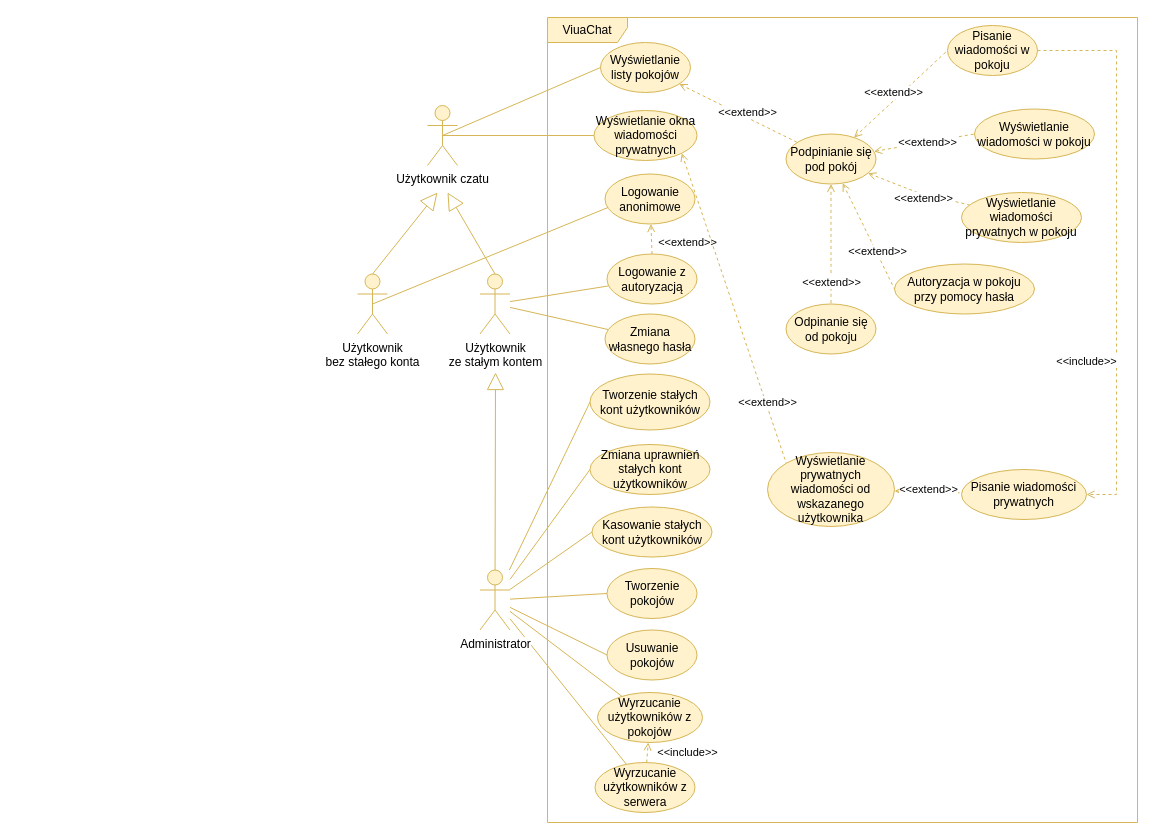
marekjm/inzynierka keeps this draw.io diagram as drawio/dpu chat.drawio. Above is the earlier version. Source tidied: cells renumbered, new cells numbered last; positions are measured from the earlier drawing's top-left corner, leaving out a move shared by most shapes. Both pictures are drawn from the tidied source at 100%, with x=0, y=0 at pixel (357, 17).
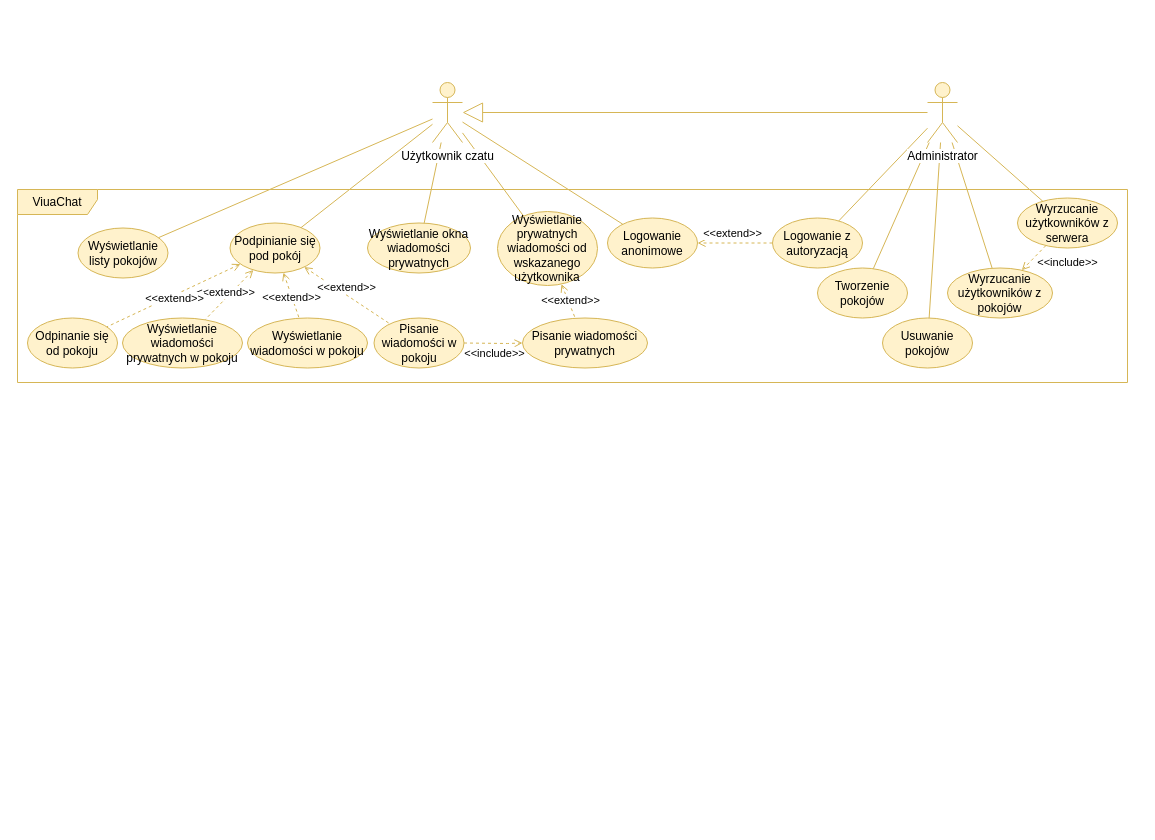
Above is the later version.

Diff of the diagram source:
```diff
@@
-    <mxCell id="2" style="rounded=0;html=1;exitX=0.5;exitY=0.5;exitDx=0;exitDy=0;exitPerimeter=0;jettySize=auto;endArrow=none;endFill=0;fillColor=#fff2cc;strokeColor=#d6b656;entryX=0.033;entryY=0.67;entryDx=0;entryDy=0;entryPerimeter=0;" parent="1" edge="1" source="4" target="18">
-      <mxGeometry relative="1" as="geometry" />
-    </mxCell>
-    <mxCell id="3" style="edgeStyle=none;rounded=0;html=1;startArrow=none;startFill=0;startSize=5;endArrow=block;endFill=0;endSize=15;jettySize=auto;fillColor=#fff2cc;strokeColor=#d6b656;exitX=0.5;exitY=0;exitDx=0;exitDy=0;exitPerimeter=0;" parent="1" edge="1" source="4">
-      <mxGeometry relative="1" as="geometry">
-        <mxPoint x="80" y="175" as="targetPoint" />
-      </mxGeometry>
-    </mxCell>
-    <mxCell id="4" value="Użytkownik&lt;br&gt;bez stałego konta&lt;br&gt;" style="shape=umlActor;verticalLabelPosition=bottom;labelBackgroundColor=#ffffff;verticalAlign=top;html=1;outlineConnect=0;fillColor=#fff2cc;strokeColor=#d6b656;" parent="1" vertex="1">
-      <mxGeometry y="256.5" width="30" height="60" as="geometry" />
-    </mxCell>
-    <mxCell id="5" style="rounded=0;html=1;jettySize=auto;endArrow=none;endFill=0;fillColor=#fff2cc;strokeColor=#d6b656;" parent="1" edge="1" source="8" target="21">
-      <mxGeometry relative="1" as="geometry" />
-    </mxCell>
+    <mxCell id="52" value="ViuaChat" style="shape=umlFrame;whiteSpace=wrap;html=1;fillColor=#fff2cc;strokeColor=#d6b656;width=80;height=25;" parent="1" vertex="1">
+      <mxGeometry x="-340" y="172" width="1110" height="193" as="geometry" />
+    </mxCell>
-    <mxCell id="6" style="rounded=0;html=1;jettySize=auto;endArrow=none;endFill=0;fillColor=#fff2cc;strokeColor=#d6b656;" parent="1" edge="1" source="8" target="20">
+    <mxCell id="6" style="rounded=0;html=1;jettySize=auto;endArrow=none;endFill=0;fillColor=#fff2cc;strokeColor=#d6b656;" parent="1" edge="1" source="17" target="20">
       <mxGeometry relative="1" as="geometry" />
     </mxCell>
-    <mxCell id="7" style="edgeStyle=none;rounded=0;html=1;exitX=0.5;exitY=0;exitDx=0;exitDy=0;exitPerimeter=0;startArrow=none;startFill=0;startSize=5;endArrow=block;endFill=0;endSize=15;jettySize=auto;fillColor=#fff2cc;strokeColor=#d6b656;" parent="1" edge="1" source="8">
-      <mxGeometry relative="1" as="geometry">
-        <mxPoint x="90" y="175" as="targetPoint" />
-      </mxGeometry>
-    </mxCell>
-    <mxCell id="8" value="Użytkownik&lt;br&gt;ze stałym kontem&lt;br&gt;" style="shape=umlActor;verticalLabelPosition=bottom;labelBackgroundColor=#ffffff;verticalAlign=top;html=1;outlineConnect=0;fillColor=#fff2cc;strokeColor=#d6b656;" parent="1" vertex="1">
-      <mxGeometry x="122.5" y="256.5" width="30" height="60" as="geometry" />
-    </mxCell>
@@
-    <mxCell id="10" style="rounded=0;html=1;jettySize=auto;endArrow=none;endFill=0;entryX=0;entryY=0.5;entryDx=0;entryDy=0;fillColor=#fff2cc;strokeColor=#d6b656;" parent="1" edge="1" source="17" target="34">
-      <mxGeometry relative="1" as="geometry" />
-    </mxCell>
-    <mxCell id="11" style="rounded=0;html=1;entryX=0;entryY=0.5;entryDx=0;entryDy=0;jettySize=auto;endArrow=none;endFill=0;fillColor=#fff2cc;strokeColor=#d6b656;" parent="1" edge="1" source="17" target="33">
-      <mxGeometry relative="1" as="geometry" />
-    </mxCell>
-    <mxCell id="12" style="rounded=0;html=1;entryX=0;entryY=0.5;entryDx=0;entryDy=0;jettySize=auto;endArrow=none;endFill=0;fillColor=#fff2cc;strokeColor=#d6b656;" parent="1" edge="1" source="17" target="35">
-      <mxGeometry relative="1" as="geometry" />
-    </mxCell>
-    <mxCell id="13" style="edgeStyle=none;rounded=0;html=1;entryX=0;entryY=0.5;entryDx=0;entryDy=0;endArrow=none;endFill=0;jettySize=auto;fillColor=#fff2cc;strokeColor=#d6b656;" parent="1" edge="1" source="17" target="47">
+    <mxCell id="13" style="edgeStyle=none;rounded=0;html=1;endArrow=none;endFill=0;jettySize=auto;fillColor=#fff2cc;strokeColor=#d6b656;" parent="1" edge="1" source="17" target="47">
       <mxGeometry relative="1" as="geometry" />
     </mxCell>
-    <mxCell id="14" style="edgeStyle=none;rounded=0;html=1;entryX=0;entryY=0.5;entryDx=0;entryDy=0;endArrow=none;endFill=0;jettySize=auto;fillColor=#fff2cc;strokeColor=#d6b656;" parent="1" edge="1" source="17" target="48">
+    <mxCell id="14" style="edgeStyle=none;rounded=0;html=1;endArrow=none;endFill=0;jettySize=auto;fillColor=#fff2cc;strokeColor=#d6b656;" parent="1" edge="1" source="17" target="48">
       <mxGeometry relative="1" as="geometry" />
     </mxCell>
@@
-    <mxCell id="16" style="edgeStyle=none;rounded=0;html=1;startArrow=none;startFill=0;endArrow=block;endFill=0;jettySize=auto;fillColor=#fff2cc;strokeColor=#d6b656;startSize=5;endSize=15;" parent="1" edge="1" source="17">
-      <mxGeometry relative="1" as="geometry">
-        <mxPoint x="138" y="355" as="targetPoint" />
-      </mxGeometry>
-    </mxCell>
+    <mxCell id="53" style="edgeStyle=none;rounded=0;jettySize=auto;html=1;endArrow=block;endFill=0;fillColor=#fff2cc;strokeColor=#d6b656;endSize=18;" parent="1" edge="1" source="17" target="51">
+      <mxGeometry relative="1" as="geometry" />
+    </mxCell>
     <mxCell id="17" value="Administrator&lt;br&gt;" style="shape=umlActor;verticalLabelPosition=bottom;labelBackgroundColor=#ffffff;verticalAlign=top;html=1;outlineConnect=0;fillColor=#fff2cc;strokeColor=#d6b656;" parent="1" vertex="1">
-      <mxGeometry x="122.5" y="552.5" width="30" height="60" as="geometry" />
+      <mxGeometry x="570" y="65" width="30" height="60" as="geometry" />
     </mxCell>
+    <mxCell id="54" style="edgeStyle=none;rounded=0;jettySize=auto;html=1;endArrow=none;endFill=0;fillColor=#fff2cc;strokeColor=#d6b656;" parent="1" edge="1" source="18" target="51">
+      <mxGeometry relative="1" as="geometry" />
+    </mxCell>
     <mxCell id="18" value="Logowanie anonimowe" style="ellipse;whiteSpace=wrap;html=1;fillColor=#fff2cc;strokeColor=#d6b656;" parent="1" vertex="1">
-      <mxGeometry x="247.5" y="156.5" width="90" height="50" as="geometry" />
+      <mxGeometry x="250" y="200.5" width="90" height="50" as="geometry" />
     </mxCell>
-    <mxCell id="19" value="&amp;lt;&amp;lt;extend&amp;gt;&amp;gt;" style="edgeStyle=none;rounded=0;html=1;exitX=0.5;exitY=0;exitDx=0;exitDy=0;startArrow=none;startFill=0;endArrow=open;endFill=0;jettySize=auto;fillColor=#fff2cc;strokeColor=#d6b656;dashed=1;" parent="1" edge="1" source="20" target="18">
-      <mxGeometry x="-0.33" y="-36" relative="1" as="geometry" />
+    <mxCell id="19" value="&amp;lt;&amp;lt;extend&amp;gt;&amp;gt;" style="edgeStyle=none;rounded=0;html=1;startArrow=none;startFill=0;endArrow=open;endFill=0;jettySize=auto;fillColor=#fff2cc;strokeColor=#d6b656;dashed=1;" parent="1" edge="1" source="20" target="18">
+      <mxGeometry x="0.06" y="-10" relative="1" as="geometry" />
     </mxCell>
     <mxCell id="20" value="Logowanie z autoryzacją" style="ellipse;whiteSpace=wrap;html=1;fillColor=#fff2cc;strokeColor=#d6b656;" parent="1" vertex="1">
-      <mxGeometry x="249.5" y="236.5" width="90" height="50" as="geometry" />
+      <mxGeometry x="415" y="200.5" width="90" height="50" as="geometry" />
     </mxCell>
-    <mxCell id="21" value="Zmiana własnego hasła" style="ellipse;whiteSpace=wrap;html=1;fillColor=#fff2cc;strokeColor=#d6b656;" parent="1" vertex="1">
-      <mxGeometry x="247.5" y="296.5" width="90" height="50" as="geometry" />
-    </mxCell>
-    <mxCell id="22" value="&amp;lt;&amp;lt;extend&amp;gt;&amp;gt;" style="rounded=0;html=1;jettySize=auto;endArrow=none;endFill=0;dashed=1;fillColor=#fff2cc;strokeColor=#d6b656;startArrow=open;startFill=0;" parent="1" edge="1" source="23" target="29">
-      <mxGeometry x="0.12" y="5" relative="1" as="geometry" />
-    </mxCell>
     <mxCell id="23" value="Wyświetlanie listy pokojów" style="ellipse;whiteSpace=wrap;html=1;fillColor=#fff2cc;strokeColor=#d6b656;" parent="1" vertex="1">
-      <mxGeometry x="243" y="25" width="90" height="50" as="geometry" />
+      <mxGeometry x="-279.5" y="210.5" width="90" height="50" as="geometry" />
     </mxCell>
     <mxCell id="24" value="&amp;lt;&amp;lt;extend&amp;gt;&amp;gt;" style="rounded=0;html=1;jettySize=auto;endArrow=none;endFill=0;dashed=1;fillColor=#fff2cc;strokeColor=#d6b656;startArrow=open;startFill=0;" parent="1" edge="1" source="29" target="40">
-      <mxGeometry x="0.13" y="-4" relative="1" as="geometry">
-        <Array as="points">
-          <mxPoint x="560" y="175" />
-        </Array>
+      <mxGeometry x="0.02" y="-3" relative="1" as="geometry">
+        <mxPoint x="-1" as="offset" />
       </mxGeometry>
     </mxCell>
-    <mxCell id="25" value="&amp;lt;&amp;lt;extend&amp;gt;&amp;gt;" style="rounded=0;html=1;entryX=0;entryY=0.5;entryDx=0;entryDy=0;jettySize=auto;endArrow=none;endFill=0;dashed=1;fillColor=#fff2cc;strokeColor=#d6b656;startArrow=open;startFill=0;" parent="1" edge="1" source="29" target="39">
+    <mxCell id="25" value="&amp;lt;&amp;lt;extend&amp;gt;&amp;gt;" style="rounded=0;html=1;jettySize=auto;endArrow=none;endFill=0;dashed=1;fillColor=#fff2cc;strokeColor=#d6b656;startArrow=open;startFill=0;" parent="1" edge="1" source="29" target="39">
       <mxGeometry x="0.06" relative="1" as="geometry" />
     </mxCell>
-    <mxCell id="26" value="&amp;lt;&amp;lt;extend&amp;gt;&amp;gt;" style="rounded=0;html=1;entryX=0;entryY=0.5;entryDx=0;entryDy=0;jettySize=auto;endArrow=none;endFill=0;dashed=1;fillColor=#fff2cc;strokeColor=#d6b656;startArrow=open;startFill=0;" parent="1" edge="1" source="29" target="30">
+    <mxCell id="26" value="&amp;lt;&amp;lt;extend&amp;gt;&amp;gt;" style="rounded=0;html=1;jettySize=auto;endArrow=none;endFill=0;dashed=1;fillColor=#fff2cc;strokeColor=#d6b656;startArrow=open;startFill=0;" parent="1" edge="1" source="29" target="30">
       <mxGeometry x="-0.08" y="6" relative="1" as="geometry" />
     </mxCell>
-    <mxCell id="27" value="&amp;lt;&amp;lt;extend&amp;gt;&amp;gt;" style="edgeStyle=orthogonalEdgeStyle;curved=1;rounded=0;html=1;exitX=0.5;exitY=1;exitDx=0;exitDy=0;entryX=0.5;entryY=0;entryDx=0;entryDy=0;jettySize=auto;endArrow=none;endFill=0;dashed=1;fillColor=#fff2cc;strokeColor=#d6b656;startArrow=open;startFill=0;" parent="1" edge="1" source="29" target="31">
-      <mxGeometry x="0.63" relative="1" as="geometry" />
+    <mxCell id="27" value="&amp;lt;&amp;lt;extend&amp;gt;&amp;gt;" style="rounded=0;html=1;jettySize=auto;endArrow=none;endFill=0;dashed=1;fillColor=#fff2cc;strokeColor=#d6b656;startArrow=open;startFill=0;" parent="1" edge="1" source="29" target="31">
+      <mxGeometry y="3" relative="1" as="geometry" />
     </mxCell>
-    <mxCell id="28" value="&amp;lt;&amp;lt;extend&amp;gt;&amp;gt;&lt;br&gt;" style="rounded=0;html=1;entryX=0;entryY=0.5;entryDx=0;entryDy=0;jettySize=auto;endArrow=none;endFill=0;dashed=1;fillColor=#fff2cc;strokeColor=#d6b656;startArrow=open;startFill=0;" parent="1" edge="1" source="29" target="32">
-      <mxGeometry x="0.31" y="1" relative="1" as="geometry" />
-    </mxCell>
+    <mxCell id="55" style="rounded=0;jettySize=auto;html=1;fillColor=#fff2cc;strokeColor=#d6b656;endArrow=none;endFill=0;" parent="1" edge="1" source="29" target="51">
+      <mxGeometry relative="1" as="geometry" />
+    </mxCell>
     <mxCell id="29" value="Podpinianie się pod pokój" style="ellipse;whiteSpace=wrap;html=1;fillColor=#fff2cc;strokeColor=#d6b656;" parent="1" vertex="1">
-      <mxGeometry x="428.5" y="116.5" width="90" height="50" as="geometry" />
+      <mxGeometry x="-127.5" y="205.5" width="90" height="50" as="geometry" />
     </mxCell>
     <mxCell id="30" value="Pisanie wiadomości w pokoju" style="ellipse;whiteSpace=wrap;html=1;fillColor=#fff2cc;strokeColor=#d6b656;" parent="1" vertex="1">
-      <mxGeometry x="590" y="8" width="90" height="50" as="geometry" />
+      <mxGeometry x="16.5" y="300.5" width="90" height="50" as="geometry" />
     </mxCell>
     <mxCell id="31" value="Odpinanie się od pokoju" style="ellipse;whiteSpace=wrap;html=1;fillColor=#fff2cc;strokeColor=#d6b656;" parent="1" vertex="1">
-      <mxGeometry x="428.5" y="286.5" width="90" height="50" as="geometry" />
+      <mxGeometry x="-330" y="300.5" width="90" height="50" as="geometry" />
     </mxCell>
-    <mxCell id="32" value="Autoryzacja w pokoju przy pomocy hasła" style="ellipse;whiteSpace=wrap;html=1;fillColor=#fff2cc;strokeColor=#d6b656;" parent="1" vertex="1">
-      <mxGeometry x="537" y="246.5" width="140" height="50" as="geometry" />
-    </mxCell>
-    <mxCell id="33" value="Tworzenie stałych kont użytkowników" style="ellipse;whiteSpace=wrap;html=1;fillColor=#fff2cc;strokeColor=#d6b656;" parent="1" vertex="1">
-      <mxGeometry x="232.5" y="356.5" width="120" height="56" as="geometry" />
-    </mxCell>
-    <mxCell id="34" value="Kasowanie stałych kont użytkowników" style="ellipse;whiteSpace=wrap;html=1;fillColor=#fff2cc;strokeColor=#d6b656;" parent="1" vertex="1">
-      <mxGeometry x="234.5" y="489.5" width="120" height="50" as="geometry" />
-    </mxCell>
-    <mxCell id="35" value="Zmiana uprawnień stałych kont użytkowników" style="ellipse;whiteSpace=wrap;html=1;fillColor=#fff2cc;strokeColor=#d6b656;" parent="1" vertex="1">
-      <mxGeometry x="232.5" y="427" width="120" height="50" as="geometry" />
-    </mxCell>
-    <mxCell id="36" value="&amp;lt;&amp;lt;extend&amp;gt;&amp;gt;" style="rounded=0;html=1;exitX=1;exitY=1;exitDx=0;exitDy=0;entryX=0;entryY=0;entryDx=0;entryDy=0;jettySize=auto;endArrow=none;endFill=0;dashed=1;fillColor=#fff2cc;strokeColor=#d6b656;startArrow=open;startFill=0;" parent="1" edge="1" source="37" target="38">
-      <mxGeometry x="0.61" y="2" relative="1" as="geometry">
-        <mxPoint y="1" as="offset" />
-      </mxGeometry>
-    </mxCell>
     <mxCell id="37" value="Wyświetlanie okna wiadomości prywatnych" style="ellipse;whiteSpace=wrap;html=1;fillColor=#fff2cc;strokeColor=#d6b656;" parent="1" vertex="1">
-      <mxGeometry x="236.5" y="93" width="103" height="50" as="geometry" />
+      <mxGeometry x="10" y="205.5" width="103" height="50" as="geometry" />
     </mxCell>
+    <mxCell id="56" style="edgeStyle=none;rounded=0;jettySize=auto;html=1;endArrow=none;endFill=0;fillColor=#fff2cc;strokeColor=#d6b656;" parent="1" edge="1" source="38" target="51">
+      <mxGeometry relative="1" as="geometry" />
+    </mxCell>
     <mxCell id="38" value="Wyświetlanie prywatnych wiadomości od wskazanego użytkownika" style="ellipse;whiteSpace=wrap;html=1;fillColor=#fff2cc;strokeColor=#d6b656;" parent="1" vertex="1">
-      <mxGeometry x="410" y="435" width="127" height="74" as="geometry" />
+      <mxGeometry x="140" y="194" width="100" height="74" as="geometry" />
     </mxCell>
     <mxCell id="39" value="Wyświetlanie wiadomości w pokoju" style="ellipse;whiteSpace=wrap;html=1;fillColor=#fff2cc;strokeColor=#d6b656;" parent="1" vertex="1">
-      <mxGeometry x="617" y="91.5" width="120" height="50" as="geometry" />
+      <mxGeometry x="-110" y="300.5" width="120" height="50" as="geometry" />
     </mxCell>
     <mxCell id="40" value="Wyświetlanie wiadomości prywatnych w pokoju" style="ellipse;whiteSpace=wrap;html=1;fillColor=#fff2cc;strokeColor=#d6b656;" parent="1" vertex="1">
-      <mxGeometry x="604" y="175" width="120" height="50" as="geometry" />
+      <mxGeometry x="-235" y="300.5" width="120" height="50" as="geometry" />
     </mxCell>
     <mxCell id="41" value="Wyrzucanie użytkowników z pokojów" style="ellipse;whiteSpace=wrap;html=1;fillColor=#fff2cc;strokeColor=#d6b656;" parent="1" vertex="1">
-      <mxGeometry x="240" y="675" width="105" height="50" as="geometry" />
+      <mxGeometry x="590" y="250.5" width="105" height="50" as="geometry" />
     </mxCell>
     <mxCell id="42" value="&amp;lt;&amp;lt;include&amp;gt;&amp;gt;" style="rounded=0;html=1;jettySize=auto;dashed=1;endArrow=open;endFill=0;fillColor=#fff2cc;strokeColor=#d6b656;" parent="1" edge="1" source="43" target="41">
-      <mxGeometry x="0.31" y="-40" relative="1" as="geometry" />
+      <mxGeometry x="-1" y="27" relative="1" as="geometry">
+        <mxPoint x="2" y="-2" as="offset" />
+      </mxGeometry>
     </mxCell>
     <mxCell id="43" value="Wyrzucanie użytkowników z serwera" style="ellipse;whiteSpace=wrap;html=1;fillColor=#fff2cc;strokeColor=#d6b656;" parent="1" vertex="1">
-      <mxGeometry x="237.5" y="745" width="100" height="50" as="geometry" />
+      <mxGeometry x="660" y="180.5" width="100" height="50" as="geometry" />
     </mxCell>
@@
-    <mxCell id="45" value="&amp;lt;&amp;lt;include&amp;gt;&amp;gt;" style="edgeStyle=none;rounded=0;html=1;entryX=1;entryY=0.5;entryDx=0;entryDy=0;dashed=1;startArrow=none;startFill=0;endArrow=open;endFill=0;jettySize=auto;exitX=1;exitY=0.5;exitDx=0;exitDy=0;fillColor=#fff2cc;strokeColor=#d6b656;" parent="1" edge="1" source="30" target="46">
-      <mxGeometry x="0.41" y="-30" relative="1" as="geometry">
+    <mxCell id="45" value="&amp;lt;&amp;lt;include&amp;gt;&amp;gt;" style="edgeStyle=none;rounded=0;html=1;dashed=1;startArrow=none;startFill=0;endArrow=open;endFill=0;jettySize=auto;fillColor=#fff2cc;strokeColor=#d6b656;" parent="1" edge="1" source="30" target="46">
+      <mxGeometry x="0.03" y="-9" relative="1" as="geometry">
         <Array as="points">
-          <mxPoint x="759" y="33" />
-          <mxPoint x="759" y="477" />
+          <mxPoint x="150" y="326" />
         </Array>
+        <mxPoint x="1" y="1" as="offset" />
       </mxGeometry>
     </mxCell>
     <mxCell id="46" value="Pisanie wiadomości prywatnych" style="ellipse;whiteSpace=wrap;html=1;fillColor=#fff2cc;strokeColor=#d6b656;" parent="1" vertex="1">
-      <mxGeometry x="604" y="452" width="125" height="50" as="geometry" />
+      <mxGeometry x="165" y="300.5" width="125" height="50" as="geometry" />
     </mxCell>
     <mxCell id="47" value="Tworzenie pokojów" style="ellipse;whiteSpace=wrap;html=1;fillColor=#fff2cc;strokeColor=#d6b656;" parent="1" vertex="1">
-      <mxGeometry x="249.5" y="551" width="90" height="50" as="geometry" />
+      <mxGeometry x="460" y="250.5" width="90" height="50" as="geometry" />
     </mxCell>
     <mxCell id="48" value="Usuwanie pokojów" style="ellipse;whiteSpace=wrap;html=1;fillColor=#fff2cc;strokeColor=#d6b656;" parent="1" vertex="1">
-      <mxGeometry x="249.5" y="612.5" width="90" height="50" as="geometry" />
+      <mxGeometry x="525" y="300.5" width="90" height="50" as="geometry" />
     </mxCell>
-    <mxCell id="49" style="edgeStyle=none;rounded=0;html=1;exitX=0.5;exitY=0.5;exitDx=0;exitDy=0;exitPerimeter=0;startArrow=none;startFill=0;endArrow=none;endFill=0;jettySize=auto;fillColor=#fff2cc;strokeColor=#d6b656;" parent="1" edge="1" source="51" target="37">
+    <mxCell id="49" style="edgeStyle=none;rounded=0;html=1;startArrow=none;startFill=0;endArrow=none;endFill=0;jettySize=auto;fillColor=#fff2cc;strokeColor=#d6b656;" parent="1" edge="1" source="51" target="37">
       <mxGeometry relative="1" as="geometry" />
     </mxCell>
-    <mxCell id="50" style="edgeStyle=none;rounded=0;html=1;exitX=0.5;exitY=0.5;exitDx=0;exitDy=0;exitPerimeter=0;entryX=0;entryY=0.5;entryDx=0;entryDy=0;startArrow=none;startFill=0;endArrow=none;endFill=0;jettySize=auto;fillColor=#fff2cc;strokeColor=#d6b656;" parent="1" edge="1" source="51" target="23">
+    <mxCell id="50" style="edgeStyle=none;rounded=0;html=1;startArrow=none;startFill=0;endArrow=none;endFill=0;jettySize=auto;fillColor=#fff2cc;strokeColor=#d6b656;" parent="1" edge="1" source="51" target="23">
       <mxGeometry relative="1" as="geometry" />
     </mxCell>
     <mxCell id="51" value="Użytkownik czatu&lt;br&gt;" style="shape=umlActor;verticalLabelPosition=bottom;labelBackgroundColor=#ffffff;verticalAlign=top;html=1;outlineConnect=0;fillColor=#fff2cc;strokeColor=#d6b656;" parent="1" vertex="1">
-      <mxGeometry x="70" y="88" width="30" height="60" as="geometry" />
+      <mxGeometry x="75" y="65" width="30" height="60" as="geometry" />
     </mxCell>
-    <mxCell id="52" value="ViuaChat" style="shape=umlFrame;whiteSpace=wrap;html=1;fillColor=#fff2cc;strokeColor=#d6b656;width=80;height=25;" parent="1" vertex="1">
-      <mxGeometry x="190" width="590" height="805" as="geometry" />
-    </mxCell>
```
